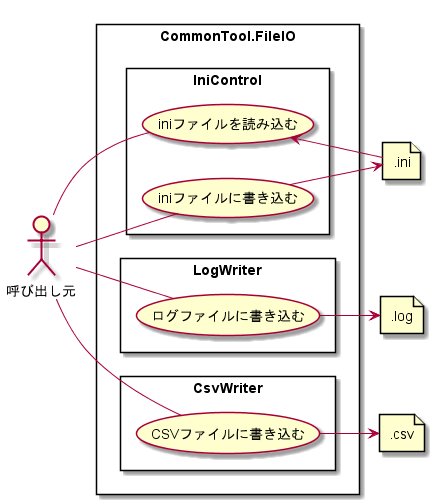
Earlier version of the PlantUML export doc/03_SubSystem別/CommonTool.FileIO/01_機能詳細/ユースケース図.png (hirorich/CommonTool). Its diagram source:
```plantuml
@startuml ..\ユースケース図.png

left to right direction

actor 呼び出し元
file ".ini" as IniFile
file ".log" as LogFile
file ".csv" as CsvFile

rectangle CommonTool.FileIO {
  rectangle IniControl {
    呼び出し元 -- (iniファイルを読み込む)
    呼び出し元 -- (iniファイルに書き込む)
    (iniファイルを読み込む) <-- IniFile
    (iniファイルに書き込む) --> IniFile
  }
  rectangle LogWriter {
    呼び出し元 -- (ログファイルに書き込む)
    (ログファイルに書き込む) --> LogFile
  }
  rectangle CsvWriter {
    呼び出し元 -- (CSVファイルに書き込む)
    (CSVファイルに書き込む) --> CsvFile
  }
}

@enduml
```
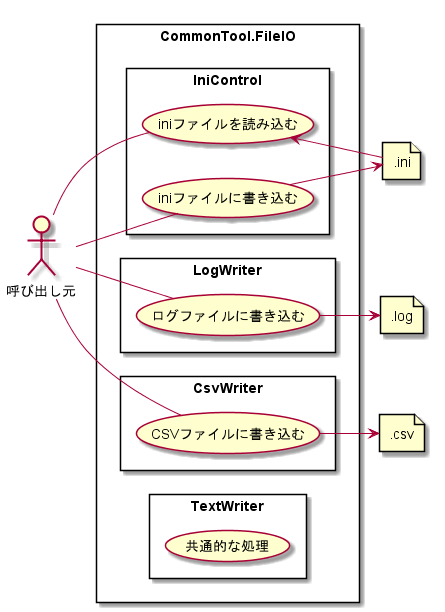
After the change.

Diff of the diagram source:
```diff
@@ -22,6 +22,9 @@
     呼び出し元 -- (CSVファイルに書き込む)
     (CSVファイルに書き込む) --> CsvFile
   }
+  rectangle TextWriter {
+    (共通的な処理)
+  }
 }
 
 @enduml
```
